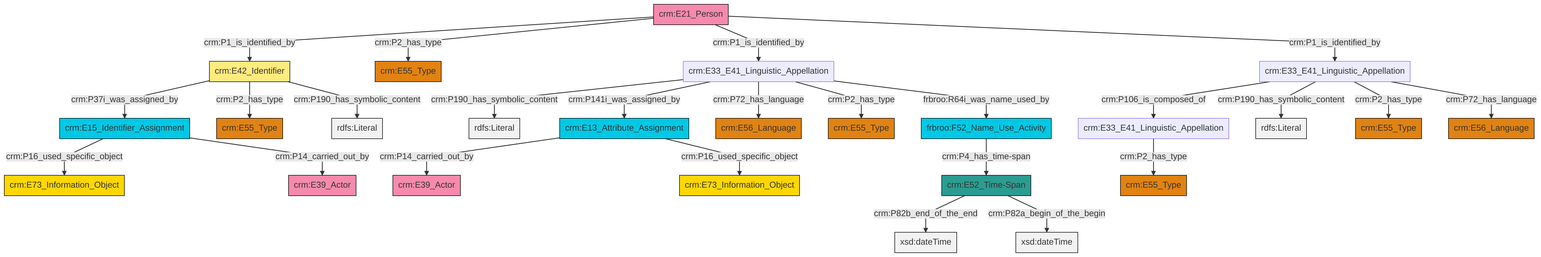
This is et/personCSV/ttl/mmd/png/Person_Names_and_Classification.png from swiss-art-research-net/reference-data-models, a Mermaid export, as it was before one commit. Its source is kept beside it as et/personCSV/ttl/mmd/Person_Names_and_Classification.ttl.mmd.
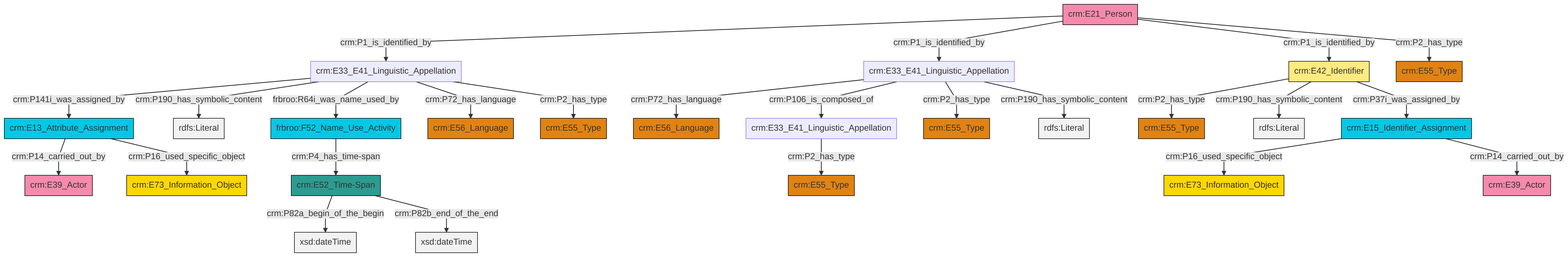
After the commit.

What changed in the source:
```diff
@@ -13,27 +13,27 @@
 classDef PC_Classes fill:#4ce600, stroke:#000000;
 classDef Multi fill:#cccccc,stroke:#000000;
 
-0["crm:E33_E41_Linguistic_Appellation"]:::Default -->|crm:P106_is_composed_of| 1["crm:E33_E41_Linguistic_Appellation"]:::Default
-5["crm:E52_Time-Span"]:::Time-Span -->|crm:P82b_end_of_the_end| 13[xsd:dateTime]:::Literal
-9["crm:E33_E41_Linguistic_Appellation"]:::Default -->|crm:P190_has_symbolic_content| 14[rdfs:Literal]:::Literal
-15["crm:E15_Identifier_Assignment"]:::Temporal_Entity -->|crm:P16_used_specific_object| 16["crm:E73_Information_Object"]:::Conceptual_Object
-9["crm:E33_E41_Linguistic_Appellation"]:::Default -->|crm:P141i_was_assigned_by| 17["crm:E13_Attribute_Assignment"]:::Temporal_Entity
-19["crm:E21_Person"]:::Actor -->|crm:P1_is_identified_by| 20["crm:E42_Identifier"]:::Appellation
-15["crm:E15_Identifier_Assignment"]:::Temporal_Entity -->|crm:P14_carried_out_by| 21["crm:E39_Actor"]:::Actor
-19["crm:E21_Person"]:::Actor -->|crm:P2_has_type| 22["crm:E55_Type"]:::Type
-9["crm:E33_E41_Linguistic_Appellation"]:::Default -->|crm:P72_has_language| 23["crm:E56_Language"]:::Type
-20["crm:E42_Identifier"]:::Appellation -->|crm:P37i_was_assigned_by| 15["crm:E15_Identifier_Assignment"]:::Temporal_Entity
-17["crm:E13_Attribute_Assignment"]:::Temporal_Entity -->|crm:P14_carried_out_by| 24["crm:E39_Actor"]:::Actor
-19["crm:E21_Person"]:::Actor -->|crm:P1_is_identified_by| 9["crm:E33_E41_Linguistic_Appellation"]:::Default
-5["crm:E52_Time-Span"]:::Time-Span -->|crm:P82a_begin_of_the_begin| 25[xsd:dateTime]:::Literal
-17["crm:E13_Attribute_Assignment"]:::Temporal_Entity -->|crm:P16_used_specific_object| 27["crm:E73_Information_Object"]:::Conceptual_Object
-20["crm:E42_Identifier"]:::Appellation -->|crm:P2_has_type| 28["crm:E55_Type"]:::Type
-9["crm:E33_E41_Linguistic_Appellation"]:::Default -->|crm:P2_has_type| 31["crm:E55_Type"]:::Type
-19["crm:E21_Person"]:::Actor -->|crm:P1_is_identified_by| 0["crm:E33_E41_Linguistic_Appellation"]:::Default
-20["crm:E42_Identifier"]:::Appellation -->|crm:P190_has_symbolic_content| 34[rdfs:Literal]:::Literal
-0["crm:E33_E41_Linguistic_Appellation"]:::Default -->|crm:P190_has_symbolic_content| 36[rdfs:Literal]:::Literal
-0["crm:E33_E41_Linguistic_Appellation"]:::Default -->|crm:P2_has_type| 2["crm:E55_Type"]:::Type
-39["frbroo:F52_Name_Use_Activity"]:::Temporal_Entity -->|crm:P4_has_time-span| 5["crm:E52_Time-Span"]:::Time-Span
-9["crm:E33_E41_Linguistic_Appellation"]:::Default -->|frbroo:R64i_was_name_used_by| 39["frbroo:F52_Name_Use_Activity"]:::Temporal_Entity
-0["crm:E33_E41_Linguistic_Appellation"]:::Default -->|crm:P72_has_language| 7["crm:E56_Language"]:::Type
-1["crm:E33_E41_Linguistic_Appellation"]:::Default -->|crm:P2_has_type| 11["crm:E55_Type"]:::Type
+0["crm:E21_Person"]:::Actor -->|crm:P1_is_identified_by| 1["crm:E33_E41_Linguistic_Appellation"]:::Default
+6["crm:E13_Attribute_Assignment"]:::Temporal_Entity -->|crm:P14_carried_out_by| 8["crm:E39_Actor"]:::Actor
+9["crm:E42_Identifier"]:::Appellation -->|crm:P2_has_type| 10["crm:E55_Type"]:::Type
+11["crm:E33_E41_Linguistic_Appellation"]:::Default -->|crm:P72_has_language| 12["crm:E56_Language"]:::Type
+1["crm:E33_E41_Linguistic_Appellation"]:::Default -->|crm:P141i_was_assigned_by| 6["crm:E13_Attribute_Assignment"]:::Temporal_Entity
+18["crm:E52_Time-Span"]:::Time-Span -->|crm:P82a_begin_of_the_begin| 19[xsd:dateTime]:::Literal
+1["crm:E33_E41_Linguistic_Appellation"]:::Default -->|crm:P190_has_symbolic_content| 21[rdfs:Literal]:::Literal
+9["crm:E42_Identifier"]:::Appellation -->|crm:P190_has_symbolic_content| 28[rdfs:Literal]:::Literal
+1["crm:E33_E41_Linguistic_Appellation"]:::Default -->|frbroo:R64i_was_name_used_by| 31["frbroo:F52_Name_Use_Activity"]:::Temporal_Entity
+6["crm:E13_Attribute_Assignment"]:::Temporal_Entity -->|crm:P16_used_specific_object| 32["crm:E73_Information_Object"]:::Conceptual_Object
+33["crm:E15_Identifier_Assignment"]:::Temporal_Entity -->|crm:P16_used_specific_object| 13["crm:E73_Information_Object"]:::Conceptual_Object
+11["crm:E33_E41_Linguistic_Appellation"]:::Default -->|crm:P106_is_composed_of| 2["crm:E33_E41_Linguistic_Appellation"]:::Default
+1["crm:E33_E41_Linguistic_Appellation"]:::Default -->|crm:P72_has_language| 23["crm:E56_Language"]:::Type
+9["crm:E42_Identifier"]:::Appellation -->|crm:P37i_was_assigned_by| 33["crm:E15_Identifier_Assignment"]:::Temporal_Entity
+2["crm:E33_E41_Linguistic_Appellation"]:::Default -->|crm:P2_has_type| 29["crm:E55_Type"]:::Type
+1["crm:E33_E41_Linguistic_Appellation"]:::Default -->|crm:P2_has_type| 16["crm:E55_Type"]:::Type
+33["crm:E15_Identifier_Assignment"]:::Temporal_Entity -->|crm:P14_carried_out_by| 35["crm:E39_Actor"]:::Actor
+18["crm:E52_Time-Span"]:::Time-Span -->|crm:P82b_end_of_the_end| 42[xsd:dateTime]:::Literal
+0["crm:E21_Person"]:::Actor -->|crm:P1_is_identified_by| 11["crm:E33_E41_Linguistic_Appellation"]:::Default
+0["crm:E21_Person"]:::Actor -->|crm:P1_is_identified_by| 9["crm:E42_Identifier"]:::Appellation
+11["crm:E33_E41_Linguistic_Appellation"]:::Default -->|crm:P2_has_type| 4["crm:E55_Type"]:::Type
+0["crm:E21_Person"]:::Actor -->|crm:P2_has_type| 37["crm:E55_Type"]:::Type
+31["frbroo:F52_Name_Use_Activity"]:::Temporal_Entity -->|crm:P4_has_time-span| 18["crm:E52_Time-Span"]:::Time-Span
+11["crm:E33_E41_Linguistic_Appellation"]:::Default -->|crm:P190_has_symbolic_content| 46[rdfs:Literal]:::Literal
```
